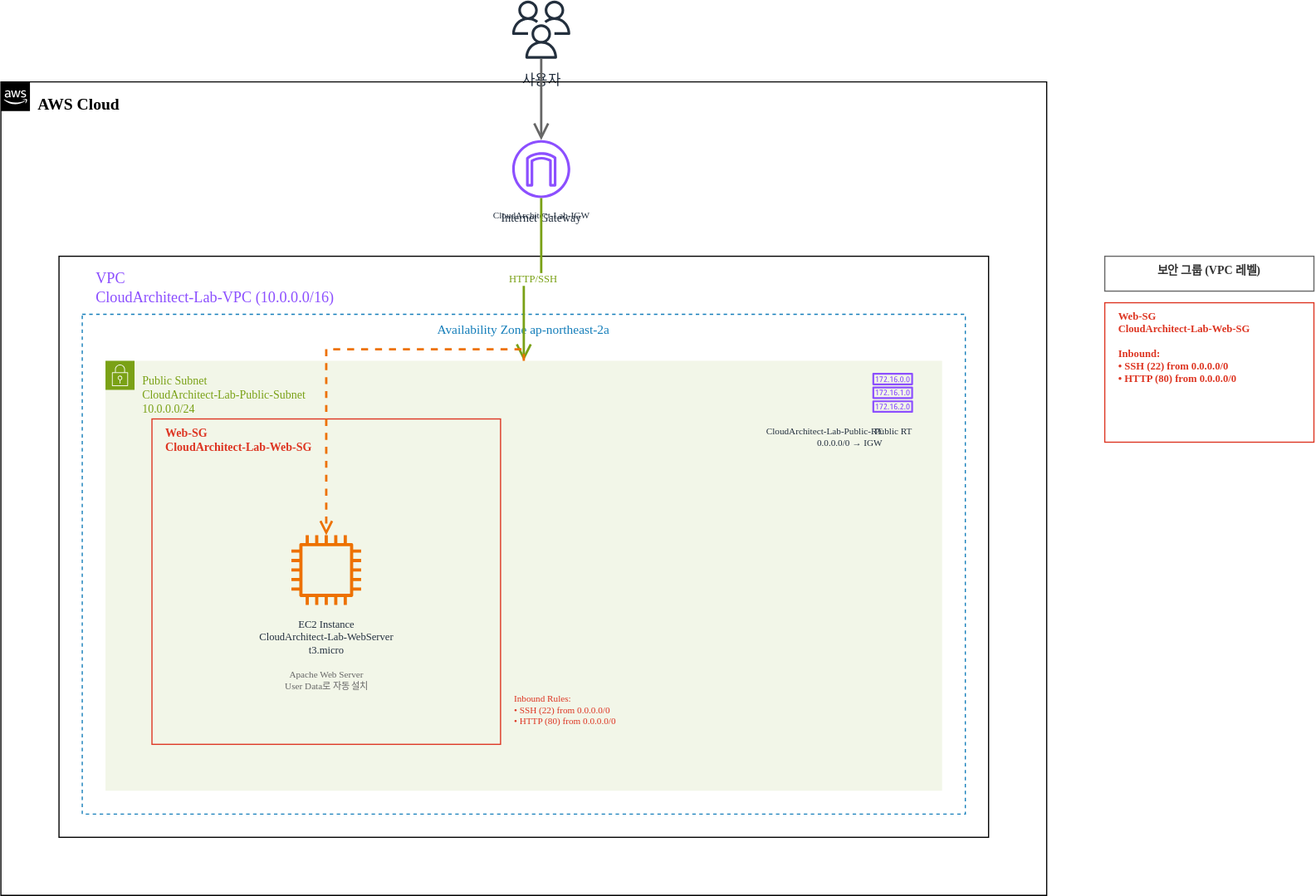
Above: public/images/week4/4-1-architecture-diagram.svg in yh00615/cloud_architecture (draw.io), before the change. Source tidied: cells renumbered, new cells last; positions are measured from the earlier drawing's top-left corner, leaving out a move shared by most shapes. Its diagram source:
```xml
<mxGraphModel>
  <root>
    <mxCell id="0" />
    <mxCell id="1" parent="0" />
    <mxCell id="2" value="사용자" style="sketch=0;outlineConnect=0;fontColor=#232F3E;gradientColor=none;fillColor=#232F3D;strokeColor=none;dashed=0;verticalLabelPosition=bottom;spacingTop=5;verticalAlign=top;align=center;html=1;fontSize=12;fontStyle=0;shape=mxgraph.aws4.users;fontFamily=Verdana;" parent="1" vertex="1">
      <mxGeometry x="440" width="50" height="50" as="geometry" />
    </mxCell>
    <mxCell id="3" value="AWS Cloud" style="gradientColor=none;html=1;whiteSpace=wrap;fontSize=14;fontStyle=1;shape=mxgraph.aws4.group;grIcon=mxgraph.aws4.group_aws_cloud_alt;stroke=#232F3E;fillColor=none;verticalAlign=top;align=left;spacingLeft=30;spacingTop=5;dashed=0;fontFamily=Verdana;" parent="1" vertex="1">
      <mxGeometry y="70" width="900" height="700" as="geometry" />
    </mxCell>
    <mxCell id="4" value="Internet Gateway" style="sketch=0;outlineConnect=0;fontColor=#232F3E;gradientColor=none;fillColor=#8C4FFF;strokeColor=none;dashed=0;verticalLabelPosition=bottom;spacingTop=5;verticalAlign=top;align=center;html=1;fontSize=10;fontStyle=0;shape=mxgraph.aws4.internet_gateway;fontFamily=Verdana;" parent="1" vertex="1">
      <mxGeometry x="440" y="120" width="50" height="50" as="geometry" />
    </mxCell>
    <mxCell id="5" value="CloudArchitect-Lab-IGW" style="text;html=1;align=center;verticalAlign=middle;strokeColor=none;fillColor=none;fontSize=8;fontColor=#232F3E;fontFamily=Verdana;" parent="1" vertex="1">
      <mxGeometry x="400" y="175" width="130" height="20" as="geometry" />
    </mxCell>
    <mxCell id="6" value="VPC&#10;CloudArchitect-Lab-VPC (10.0.0.0/16)" style="gradientColor=none;html=1;whiteSpace=wrap;fontSize=13;fontStyle=0;recursiveRehape=mxgraph.aws4.group;grIcon=mxgraph.aws4.group_vpc2;stroke=#8C4FFF;fillColor=none;verticalAlign=top;align=left;spacingLeft=30;spacingTop=5;fontColor=#8C4FFF;dashed=0;fontFamily=Verdana;" parent="1" vertex="1">
      <mxGeometry x="50" y="220" width="800" height="500" as="geometry" />
    </mxCell>
    <mxCell id="7" value="Availability Zone ap-northeast-2a" style="fillColor=none;strokeColor=#147EBA;dashed=1;verticalAlign=top;fontStyle=0;fontColor=#147EBA;whiteSpace=wrap;html=1;fontSize=11;fontFamily=Verdana;" parent="6" vertex="1">
      <mxGeometry x="20" y="50" width="760" height="430" as="geometry" />
    </mxCell>
    <mxCell id="8" value="Public Subnet&#10;CloudArchitect-Lab-Public-Subnet&#10;10.0.0.0/24" style="points=[[0,0],[0.25,0],[0.5,0],[0.75,0],[1,0],[1,0.25],[1,0.5],[1,0.75],[1,1],[0.75,1],[0.5,1],[0.25,1],[0,1],[0,0.75],[0,0.5],[0,0.25]];outlineConnect=0;gradientColor=none;html=1;whiteSpace=wrap;fontSize=10;fontStyle=0;shape=mxgraph.aws4.group;grIcon=mxgraph.aws4.group_security_group;grStroke=0;strokeColor=#7AA116;fillColor=#F2F6E8;verticalAlign=top;align=left;spacingLeft=30;spacingTop=5;fontColor=#7AA116;dashed=0;fontFamily=Verdana;" parent="6" vertex="1">
      <mxGeometry x="40" y="90" width="720" height="370" as="geometry" />
    </mxCell>
    <mxCell id="9" value="Web-SG&#10;CloudArchitect-Lab-Web-SG" style="fillColor=none;strokeColor=#DD3522;verticalAlign=top;fontStyle=1;fontColor=#DD3522;fontSize=10;whiteSpace=wrap;html=1;align=left;spacingLeft=10;fontFamily=Verdana;" parent="6" vertex="1">
      <mxGeometry x="80" y="140" width="300" height="280" as="geometry" />
    </mxCell>
    <mxCell id="10" value="EC2 Instance&#10;CloudArchitect-Lab-WebServer&#10;t3.micro" style="sketch=0;outlineConnect=0;fontColor=#232F3E;gradientColor=none;fillColor=#ED7100;strokeColor=none;dashed=0;verticalLabelPosition=bottom;spacingTop=5;verticalAlign=top;align=center;html=1;fontSize=9;fontStyle=0;shape=mxgraph.aws4.instance2;fontFamily=Verdana;" parent="6" vertex="1">
      <mxGeometry x="200" y="240" width="60" height="60" as="geometry" />
    </mxCell>
    <mxCell id="11" value="Apache Web Server&#10;User Data로 자동 설치" style="text;html=1;align=center;verticalAlign=middle;strokeColor=none;fillColor=none;fontSize=8;fontColor=#666666;fontFamily=Verdana;" parent="6" vertex="1">
      <mxGeometry x="165" y="350" width="130" height="30" as="geometry" />
    </mxCell>
    <mxCell id="12" value="Public RT" style="sketch=0;fontColor=#232F3E;gradientColor=none;fillColor=#8C4FFF;strokeColor=none;dashed=0;verticalLabelPosition=bottom;spacingTop=5;verticalAlign=top;align=center;html=1;fontSize=8;fontStyle=0;shape=mxgraph.aws4.route_table;fontFamily=Verdana;" parent="6" vertex="1">
      <mxGeometry x="700" y="100" width="35" height="35" as="geometry" />
    </mxCell>
    <mxCell id="13" value="CloudArchitect-Lab-Public-RT&#10;0.0.0.0/0 → IGW" style="text;html=1;align=right;verticalAlign=top;strokeColor=none;fillColor=none;fontSize=8;fontColor=#232F3E;fontFamily=Verdana;" parent="6" vertex="1">
      <mxGeometry x="560" y="140" width="150" height="30" as="geometry" />
    </mxCell>
    <mxCell id="14" value="Inbound Rules:&#10;• SSH (22) from 0.0.0.0/0&#10;• HTTP (80) from 0.0.0.0/0" style="text;html=1;align=left;verticalAlign=top;strokeColor=none;fillColor=none;fontSize=8;fontColor=#DD3522;fontFamily=Verdana;" parent="6" vertex="1">
      <mxGeometry x="390" y="370" width="150" height="40" as="geometry" />
    </mxCell>
    <mxCell id="15" value="보안 그룹 (VPC 레벨)" style="fillColor=#FFFFFF;strokeColor=#666666;verticalAlign=top;fontStyle=1;fontColor=#333333;fontSize=10;whiteSpace=wrap;html=1;align=center;fontFamily=Verdana;" parent="1" vertex="1">
      <mxGeometry x="950" y="220" width="180" height="30" as="geometry" />
    </mxCell>
    <mxCell id="16" value="Web-SG&#10;CloudArchitect-Lab-Web-SG&#10;&#10;Inbound:&#10;• SSH (22) from 0.0.0.0/0&#10;• HTTP (80) from 0.0.0.0/0" style="fillColor=none;strokeColor=#DD3522;verticalAlign=top;fontStyle=1;fontColor=#DD3522;fontSize=9;whiteSpace=wrap;html=1;align=left;spacingLeft=10;fontFamily=Verdana;" parent="1" vertex="1">
      <mxGeometry x="950" y="260" width="180" height="120" as="geometry" />
    </mxCell>
    <mxCell id="17" style="edgeStyle=orthogonalEdgeStyle;html=1;endArrow=open;endFill=0;endSize=10;strokeColor=#666666;strokeWidth=2;rounded=0;" parent="1" edge="1" source="2" target="4">
      <mxGeometry relative="1" as="geometry" />
    </mxCell>
    <mxCell id="18" value="HTTP/SSH" style="edgeStyle=orthogonalEdgeStyle;html=1;endArrow=open;endFill=0;endSize=10;strokeColor=#7AA116;strokeWidth=2;rounded=0;fontSize=9;fontColor=#7AA116;labelBackgroundColor=#FFFFFF;fontFamily=Verdana;" parent="1" edge="1" source="4" target="8">
      <mxGeometry relative="1" as="geometry" />
    </mxCell>
    <mxCell id="19" style="edgeStyle=orthogonalEdgeStyle;html=1;endArrow=open;endFill=0;endSize=8;strokeColor=#ED7100;strokeWidth=2;rounded=0;dashed=1;" parent="1" edge="1" source="8" target="10">
      <mxGeometry relative="1" as="geometry" />
    </mxCell>
  </root>
</mxGraphModel>
```
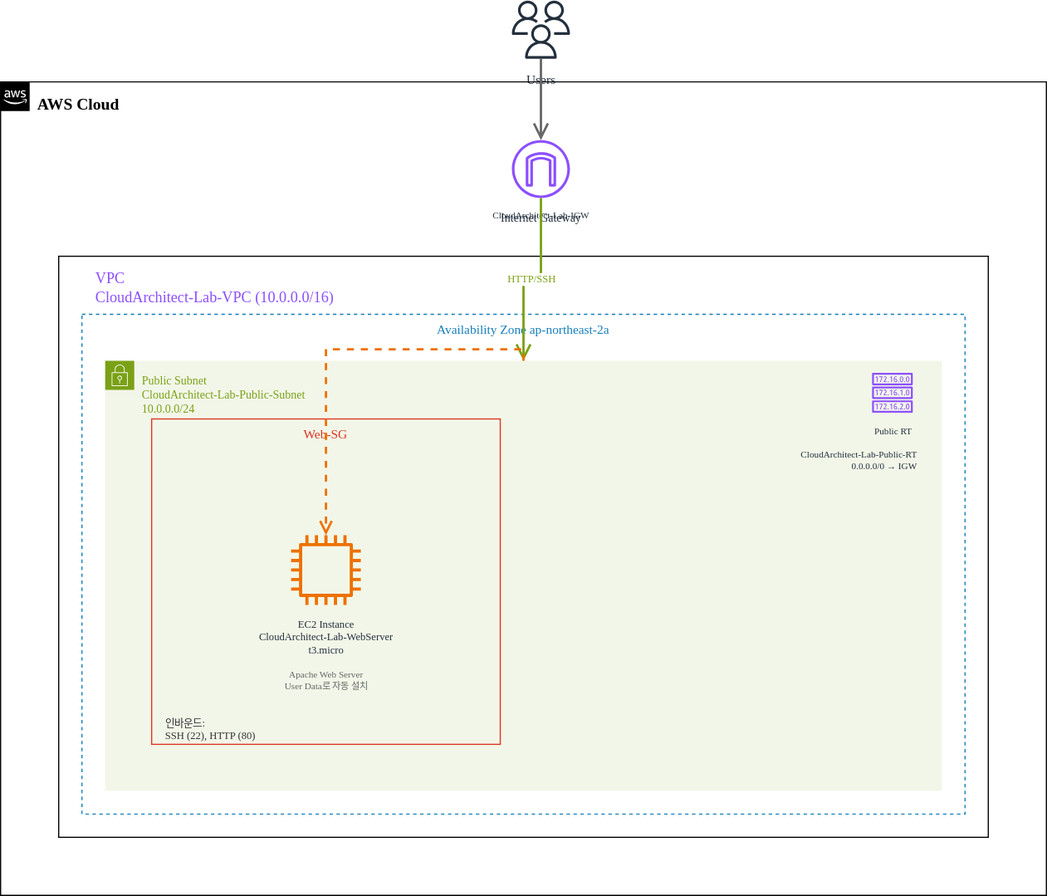
The same diagram one commit later.

Change to the diagram source:
```diff
@@ -2,7 +2,7 @@
   <root>
     <mxCell id="0" />
     <mxCell id="1" parent="0" />
-    <mxCell id="2" value="사용자" style="sketch=0;outlineConnect=0;fontColor=#232F3E;gradientColor=none;fillColor=#232F3D;strokeColor=none;dashed=0;verticalLabelPosition=bottom;spacingTop=5;verticalAlign=top;align=center;html=1;fontSize=12;fontStyle=0;shape=mxgraph.aws4.users;fontFamily=Verdana;" parent="1" vertex="1">
+    <mxCell id="2" value="Users" style="sketch=0;outlineConnect=0;fontColor=#232F3E;gradientColor=none;fillColor=#232F3D;strokeColor=none;dashed=0;verticalLabelPosition=bottom;spacingTop=5;verticalAlign=top;align=center;html=1;fontSize=11;fontStyle=0;shape=mxgraph.aws4.users;fontFamily=Verdana;" parent="1" vertex="1">
       <mxGeometry x="440" width="50" height="50" as="geometry" />
     </mxCell>
     <mxCell id="3" value="AWS Cloud" style="gradientColor=none;html=1;whiteSpace=wrap;fontSize=14;fontStyle=1;shape=mxgraph.aws4.group;grIcon=mxgraph.aws4.group_aws_cloud_alt;stroke=#232F3E;fillColor=none;verticalAlign=top;align=left;spacingLeft=30;spacingTop=5;dashed=0;fontFamily=Verdana;" parent="1" vertex="1">
@@ -23,7 +23,7 @@
     <mxCell id="8" value="Public Subnet&#10;CloudArchitect-Lab-Public-Subnet&#10;10.0.0.0/24" style="points=[[0,0],[0.25,0],[0.5,0],[0.75,0],[1,0],[1,0.25],[1,0.5],[1,0.75],[1,1],[0.75,1],[0.5,1],[0.25,1],[0,1],[0,0.75],[0,0.5],[0,0.25]];outlineConnect=0;gradientColor=none;html=1;whiteSpace=wrap;fontSize=10;fontStyle=0;shape=mxgraph.aws4.group;grIcon=mxgraph.aws4.group_security_group;grStroke=0;strokeColor=#7AA116;fillColor=#F2F6E8;verticalAlign=top;align=left;spacingLeft=30;spacingTop=5;fontColor=#7AA116;dashed=0;fontFamily=Verdana;" parent="6" vertex="1">
       <mxGeometry x="40" y="90" width="720" height="370" as="geometry" />
     </mxCell>
-    <mxCell id="9" value="Web-SG&#10;CloudArchitect-Lab-Web-SG" style="fillColor=none;strokeColor=#DD3522;verticalAlign=top;fontStyle=1;fontColor=#DD3522;fontSize=10;whiteSpace=wrap;html=1;align=left;spacingLeft=10;fontFamily=Verdana;" parent="6" vertex="1">
+    <mxCell id="9" value="Web-SG" style="fillColor=none;strokeColor=#DD3522;verticalAlign=top;fontStyle=0;fontColor=#DD3522;fontSize=11;whiteSpace=wrap;html=1;fontFamily=Verdana;" parent="6" vertex="1">
       <mxGeometry x="80" y="140" width="300" height="280" as="geometry" />
     </mxCell>
     <mxCell id="10" value="EC2 Instance&#10;CloudArchitect-Lab-WebServer&#10;t3.micro" style="sketch=0;outlineConnect=0;fontColor=#232F3E;gradientColor=none;fillColor=#ED7100;strokeColor=none;dashed=0;verticalLabelPosition=bottom;spacingTop=5;verticalAlign=top;align=center;html=1;fontSize=9;fontStyle=0;shape=mxgraph.aws4.instance2;fontFamily=Verdana;" parent="6" vertex="1">
@@ -36,17 +36,11 @@
       <mxGeometry x="700" y="100" width="35" height="35" as="geometry" />
     </mxCell>
     <mxCell id="13" value="CloudArchitect-Lab-Public-RT&#10;0.0.0.0/0 → IGW" style="text;html=1;align=right;verticalAlign=top;strokeColor=none;fillColor=none;fontSize=8;fontColor=#232F3E;fontFamily=Verdana;" parent="6" vertex="1">
-      <mxGeometry x="560" y="140" width="150" height="30" as="geometry" />
+      <mxGeometry x="590" y="160" width="150" height="30" as="geometry" />
     </mxCell>
-    <mxCell id="14" value="Inbound Rules:&#10;• SSH (22) from 0.0.0.0/0&#10;• HTTP (80) from 0.0.0.0/0" style="text;html=1;align=left;verticalAlign=top;strokeColor=none;fillColor=none;fontSize=8;fontColor=#DD3522;fontFamily=Verdana;" parent="6" vertex="1">
-      <mxGeometry x="390" y="370" width="150" height="40" as="geometry" />
+    <mxCell id="14" value="인바운드:&#10;SSH (22), HTTP (80)" style="text;html=1;align=left;verticalAlign=top;strokeColor=none;fillColor=none;fontSize=9;fontColor=#333333;fontFamily=Verdana;" parent="6" vertex="1">
+      <mxGeometry x="90" y="390" width="120" height="30" as="geometry" />
     </mxCell>
-    <mxCell id="15" value="보안 그룹 (VPC 레벨)" style="fillColor=#FFFFFF;strokeColor=#666666;verticalAlign=top;fontStyle=1;fontColor=#333333;fontSize=10;whiteSpace=wrap;html=1;align=center;fontFamily=Verdana;" parent="1" vertex="1">
-      <mxGeometry x="950" y="220" width="180" height="30" as="geometry" />
-    </mxCell>
-    <mxCell id="16" value="Web-SG&#10;CloudArchitect-Lab-Web-SG&#10;&#10;Inbound:&#10;• SSH (22) from 0.0.0.0/0&#10;• HTTP (80) from 0.0.0.0/0" style="fillColor=none;strokeColor=#DD3522;verticalAlign=top;fontStyle=1;fontColor=#DD3522;fontSize=9;whiteSpace=wrap;html=1;align=left;spacingLeft=10;fontFamily=Verdana;" parent="1" vertex="1">
-      <mxGeometry x="950" y="260" width="180" height="120" as="geometry" />
-    </mxCell>
     <mxCell id="17" style="edgeStyle=orthogonalEdgeStyle;html=1;endArrow=open;endFill=0;endSize=10;strokeColor=#666666;strokeWidth=2;rounded=0;" parent="1" edge="1" source="2" target="4">
       <mxGeometry relative="1" as="geometry" />
     </mxCell>
```
